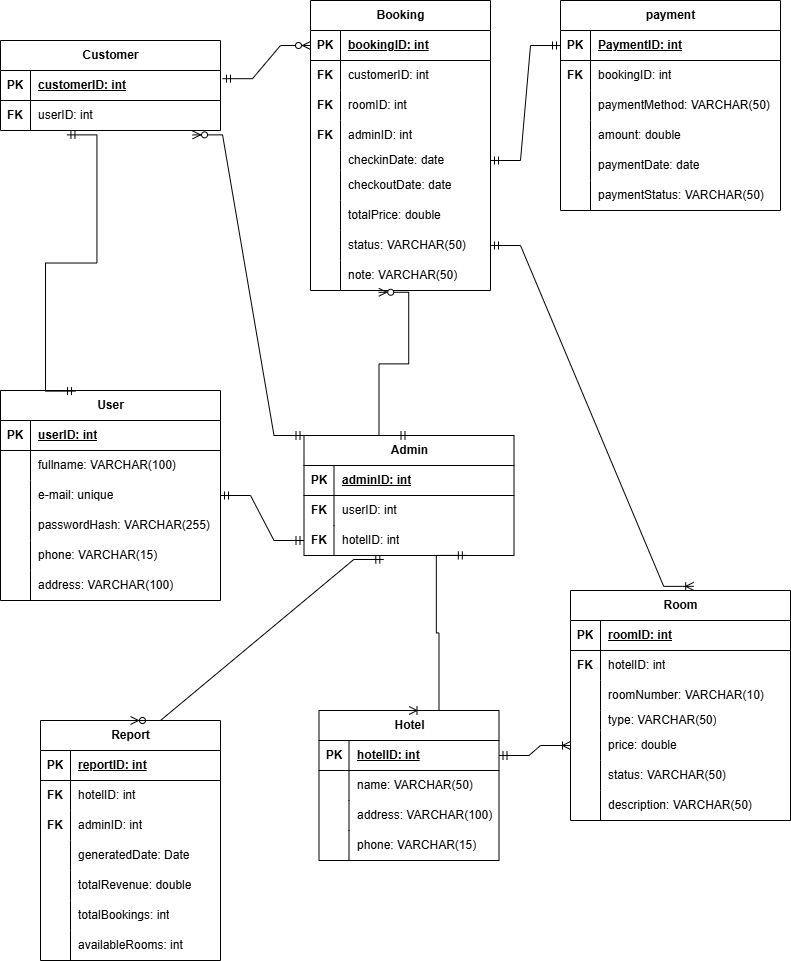
This is Group 11-Data model.drawio.png from hoaipv3120-blip/project-of-group-11, a draw.io export, as it was before one commit. Source tidied: cells renumbered, new cells last; positions are measured from the earlier drawing's top-left corner, leaving out a move shared by most shapes.
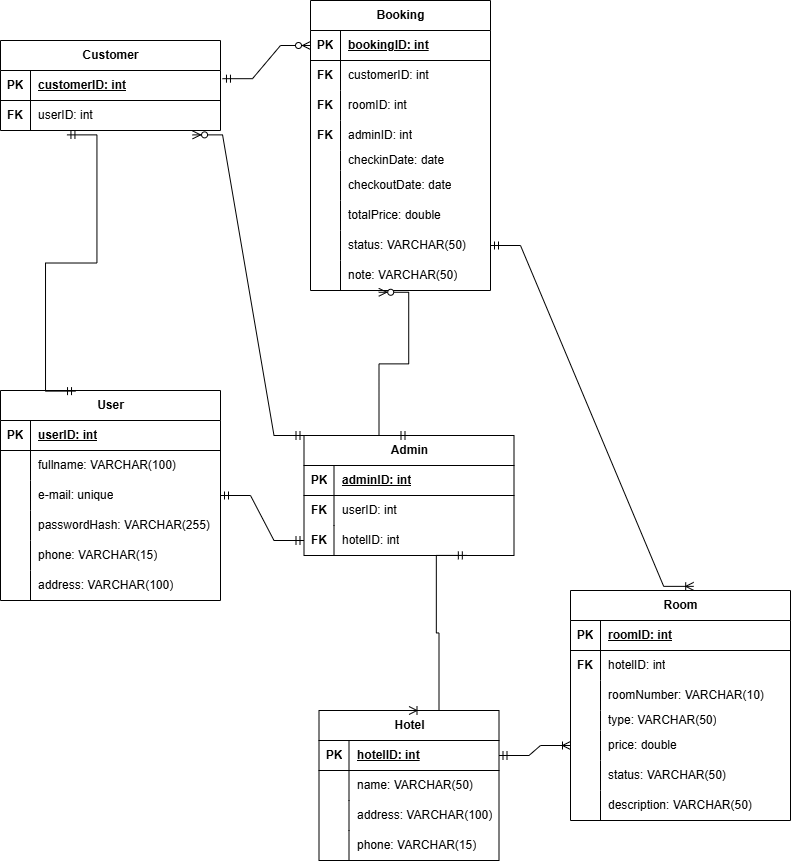
After the change.

What changed in the source:
```diff
@@ -191,129 +191,6 @@
     <mxCell id="64" value="description: VARCHAR(50)" style="shape=partialRectangle;fillColor=none;top=0;left=0;bottom=0;right=0;align=left;spacingLeft=6;overflow=hidden;whiteSpace=wrap;html=1;" parent="62" vertex="1">
       <mxGeometry x="30" width="190" height="30" as="geometry" />
     </mxCell>
-    <mxCell id="65" value="payment" style="shape=table;startSize=30;rowLines=0;fontStyle=1;align=center;html=1;" parent="1" vertex="1">
-      <mxGeometry x="560" width="220" height="210" as="geometry" />
-    </mxCell>
-    <mxCell id="66" style="shape=tableRow;horizontal=0;startSize=0;swimlaneHead=0;swimlaneBody=0;fillColor=none;points=[[0,0.5],[1,0.5]];portConstraint=eastwest;top=0;left=0;right=0;bottom=1;" parent="65" vertex="1">
-      <mxGeometry y="30" width="220" height="30" as="geometry" />
-    </mxCell>
-    <mxCell id="67" value="PK" style="shape=partialRectangle;fillColor=none;top=0;left=0;bottom=0;right=0;fontStyle=1;overflow=hidden;whiteSpace=wrap;html=1;" parent="66" vertex="1">
-      <mxGeometry width="30" height="30" as="geometry" />
-    </mxCell>
-    <mxCell id="68" value="PaymentID: int" style="shape=partialRectangle;fillColor=none;top=0;left=0;bottom=0;right=0;align=left;spacingLeft=6;fontStyle=5;overflow=hidden;whiteSpace=wrap;html=1;" parent="66" vertex="1">
-      <mxGeometry x="30" width="190" height="30" as="geometry" />
-    </mxCell>
-    <mxCell id="69" style="shape=tableRow;horizontal=0;startSize=0;swimlaneHead=0;swimlaneBody=0;fillColor=none;top=0;left=0;right=0;bottom=0;" parent="65" vertex="1">
-      <mxGeometry y="60" width="220" height="30" as="geometry" />
-    </mxCell>
-    <mxCell id="70" value="&lt;b&gt;FK&lt;/b&gt;" style="shape=partialRectangle;fillColor=none;top=0;left=0;bottom=0;right=0;overflow=hidden;whiteSpace=wrap;html=1;" parent="69" vertex="1">
-      <mxGeometry width="30" height="30" as="geometry" />
-    </mxCell>
-    <mxCell id="71" value="bookingID: int" style="shape=partialRectangle;fillColor=none;top=0;left=0;bottom=0;right=0;align=left;spacingLeft=6;overflow=hidden;whiteSpace=wrap;html=1;" parent="69" vertex="1">
-      <mxGeometry x="30" width="190" height="30" as="geometry" />
-    </mxCell>
-    <mxCell id="72" style="shape=tableRow;horizontal=0;startSize=0;swimlaneHead=0;swimlaneBody=0;fillColor=none;top=0;left=0;right=0;bottom=0;" parent="65" vertex="1">
-      <mxGeometry y="90" width="220" height="30" as="geometry" />
-    </mxCell>
-    <mxCell id="73" style="shape=partialRectangle;fillColor=none;top=0;left=0;bottom=0;right=0;overflow=hidden;whiteSpace=wrap;html=1;" parent="72" vertex="1">
-      <mxGeometry width="30" height="30" as="geometry" />
-    </mxCell>
-    <mxCell id="74" value="paymentMethod: VARCHAR(50)" style="shape=partialRectangle;fillColor=none;top=0;left=0;bottom=0;right=0;align=left;spacingLeft=6;overflow=hidden;whiteSpace=wrap;html=1;" parent="72" vertex="1">
-      <mxGeometry x="30" width="190" height="30" as="geometry" />
-    </mxCell>
-    <mxCell id="75" style="shape=tableRow;horizontal=0;startSize=0;swimlaneHead=0;swimlaneBody=0;fillColor=none;top=0;left=0;right=0;bottom=0;" parent="65" vertex="1">
-      <mxGeometry y="120" width="220" height="30" as="geometry" />
-    </mxCell>
-    <mxCell id="76" style="shape=partialRectangle;fillColor=none;top=0;left=0;bottom=0;right=0;overflow=hidden;whiteSpace=wrap;html=1;" parent="75" vertex="1">
-      <mxGeometry width="30" height="30" as="geometry" />
-    </mxCell>
-    <mxCell id="77" value="amount: double" style="shape=partialRectangle;fillColor=none;top=0;left=0;bottom=0;right=0;align=left;spacingLeft=6;overflow=hidden;whiteSpace=wrap;html=1;" parent="75" vertex="1">
-      <mxGeometry x="30" width="190" height="30" as="geometry" />
-    </mxCell>
-    <mxCell id="78" style="shape=tableRow;horizontal=0;startSize=0;swimlaneHead=0;swimlaneBody=0;fillColor=none;top=0;left=0;right=0;bottom=0;" parent="65" vertex="1">
-      <mxGeometry y="150" width="220" height="30" as="geometry" />
-    </mxCell>
-    <mxCell id="79" style="shape=partialRectangle;fillColor=none;top=0;left=0;bottom=0;right=0;overflow=hidden;whiteSpace=wrap;html=1;" parent="78" vertex="1">
-      <mxGeometry width="30" height="30" as="geometry" />
-    </mxCell>
-    <mxCell id="80" value="paymentDate: date" style="shape=partialRectangle;fillColor=none;top=0;left=0;bottom=0;right=0;align=left;spacingLeft=6;overflow=hidden;whiteSpace=wrap;html=1;" parent="78" vertex="1">
-      <mxGeometry x="30" width="190" height="30" as="geometry" />
-    </mxCell>
-    <mxCell id="81" style="shape=tableRow;horizontal=0;startSize=0;swimlaneHead=0;swimlaneBody=0;fillColor=none;top=0;left=0;right=0;bottom=0;" parent="65" vertex="1">
-      <mxGeometry y="180" width="220" height="30" as="geometry" />
-    </mxCell>
-    <mxCell id="82" style="shape=partialRectangle;fillColor=none;top=0;left=0;bottom=0;right=0;overflow=hidden;whiteSpace=wrap;html=1;" parent="81" vertex="1">
-      <mxGeometry width="30" height="30" as="geometry" />
-    </mxCell>
-    <mxCell id="83" value="paymentStatus: VARCHAR(50)" style="shape=partialRectangle;fillColor=none;top=0;left=0;bottom=0;right=0;align=left;spacingLeft=6;overflow=hidden;whiteSpace=wrap;html=1;" parent="81" vertex="1">
-      <mxGeometry x="30" width="190" height="30" as="geometry" />
-    </mxCell>
-    <mxCell id="84" value="Report" style="shape=table;startSize=30;rowLines=0;fontStyle=1;align=center;html=1;" parent="1" vertex="1">
-      <mxGeometry x="40" y="720" width="180" height="240" as="geometry" />
-    </mxCell>
-    <mxCell id="85" style="shape=tableRow;horizontal=0;startSize=0;swimlaneHead=0;swimlaneBody=0;fillColor=none;top=0;left=0;right=0;bottom=1;" parent="84" vertex="1">
-      <mxGeometry y="30" width="180" height="30" as="geometry" />
-    </mxCell>
-    <mxCell id="86" value="PK" style="shape=partialRectangle;fillColor=none;top=0;left=0;bottom=0;right=0;fontStyle=1;overflow=hidden;whiteSpace=wrap;html=1;" parent="85" vertex="1">
-      <mxGeometry width="30" height="30" as="geometry" />
-    </mxCell>
-    <mxCell id="87" value="reportID: int" style="shape=partialRectangle;fillColor=none;top=0;left=0;bottom=0;right=0;align=left;spacingLeft=6;fontStyle=5;overflow=hidden;whiteSpace=wrap;html=1;" parent="85" vertex="1">
-      <mxGeometry x="30" width="150" height="30" as="geometry" />
-    </mxCell>
-    <mxCell id="88" style="shape=tableRow;horizontal=0;startSize=0;swimlaneHead=0;swimlaneBody=0;fillColor=none;top=0;left=0;right=0;bottom=0;" parent="84" vertex="1">
-      <mxGeometry y="60" width="180" height="30" as="geometry" />
-    </mxCell>
-    <mxCell id="89" value="&lt;b&gt;FK&lt;/b&gt;" style="shape=partialRectangle;fillColor=none;top=0;left=0;bottom=0;right=0;overflow=hidden;whiteSpace=wrap;html=1;" parent="88" vertex="1">
-      <mxGeometry width="30" height="30" as="geometry" />
-    </mxCell>
-    <mxCell id="90" value="hotelID: int&amp;nbsp;" style="shape=partialRectangle;fillColor=none;top=0;left=0;bottom=0;right=0;align=left;spacingLeft=6;overflow=hidden;whiteSpace=wrap;html=1;" parent="88" vertex="1">
-      <mxGeometry x="30" width="150" height="30" as="geometry" />
-    </mxCell>
-    <mxCell id="91" style="shape=tableRow;horizontal=0;startSize=0;swimlaneHead=0;swimlaneBody=0;fillColor=none;top=0;left=0;right=0;bottom=0;" parent="84" vertex="1">
-      <mxGeometry y="90" width="180" height="30" as="geometry" />
-    </mxCell>
-    <mxCell id="92" value="&lt;b&gt;FK&lt;/b&gt;" style="shape=partialRectangle;fillColor=none;top=0;left=0;bottom=0;right=0;overflow=hidden;whiteSpace=wrap;html=1;" parent="91" vertex="1">
-      <mxGeometry width="30" height="30" as="geometry" />
-    </mxCell>
-    <mxCell id="93" value="adminID: int" style="shape=partialRectangle;fillColor=none;top=0;left=0;bottom=0;right=0;align=left;spacingLeft=6;overflow=hidden;whiteSpace=wrap;html=1;" parent="91" vertex="1">
-      <mxGeometry x="30" width="150" height="30" as="geometry" />
-    </mxCell>
-    <mxCell id="94" style="shape=tableRow;horizontal=0;startSize=0;swimlaneHead=0;swimlaneBody=0;fillColor=none;top=0;left=0;right=0;bottom=0;" parent="84" vertex="1">
-      <mxGeometry y="120" width="180" height="30" as="geometry" />
-    </mxCell>
-    <mxCell id="95" style="shape=partialRectangle;fillColor=none;top=0;left=0;bottom=0;right=0;overflow=hidden;whiteSpace=wrap;html=1;" parent="94" vertex="1">
-      <mxGeometry width="30" height="30" as="geometry" />
-    </mxCell>
-    <mxCell id="96" value="generatedDate: Date" style="shape=partialRectangle;fillColor=none;top=0;left=0;bottom=0;right=0;align=left;spacingLeft=6;overflow=hidden;whiteSpace=wrap;html=1;" parent="94" vertex="1">
-      <mxGeometry x="30" width="150" height="30" as="geometry" />
-    </mxCell>
-    <mxCell id="97" style="shape=tableRow;horizontal=0;startSize=0;swimlaneHead=0;swimlaneBody=0;fillColor=none;top=0;left=0;right=0;bottom=0;" parent="84" vertex="1">
-      <mxGeometry y="150" width="180" height="30" as="geometry" />
-    </mxCell>
-    <mxCell id="98" style="shape=partialRectangle;fillColor=none;top=0;left=0;bottom=0;right=0;overflow=hidden;whiteSpace=wrap;html=1;" parent="97" vertex="1">
-      <mxGeometry width="30" height="30" as="geometry" />
-    </mxCell>
-    <mxCell id="99" value="totalRevenue: double" style="shape=partialRectangle;fillColor=none;top=0;left=0;bottom=0;right=0;align=left;spacingLeft=6;overflow=hidden;whiteSpace=wrap;html=1;" parent="97" vertex="1">
-      <mxGeometry x="30" width="150" height="30" as="geometry" />
-    </mxCell>
-    <mxCell id="100" style="shape=tableRow;horizontal=0;startSize=0;swimlaneHead=0;swimlaneBody=0;fillColor=none;top=0;left=0;right=0;bottom=0;" parent="84" vertex="1">
-      <mxGeometry y="180" width="180" height="30" as="geometry" />
-    </mxCell>
-    <mxCell id="101" style="shape=partialRectangle;fillColor=none;top=0;left=0;bottom=0;right=0;overflow=hidden;whiteSpace=wrap;html=1;" parent="100" vertex="1">
-      <mxGeometry width="30" height="30" as="geometry" />
-    </mxCell>
-    <mxCell id="102" value="totalBookings: int" style="shape=partialRectangle;fillColor=none;top=0;left=0;bottom=0;right=0;align=left;spacingLeft=6;overflow=hidden;whiteSpace=wrap;html=1;" parent="100" vertex="1">
-      <mxGeometry x="30" width="150" height="30" as="geometry" />
-    </mxCell>
-    <mxCell id="103" style="shape=tableRow;horizontal=0;startSize=0;swimlaneHead=0;swimlaneBody=0;fillColor=none;top=0;left=0;right=0;bottom=0;" parent="84" vertex="1">
-      <mxGeometry y="210" width="180" height="30" as="geometry" />
-    </mxCell>
-    <mxCell id="104" style="shape=partialRectangle;fillColor=none;top=0;left=0;bottom=0;right=0;overflow=hidden;whiteSpace=wrap;html=1;" parent="103" vertex="1">
-      <mxGeometry width="30" height="30" as="geometry" />
-    </mxCell>
-    <mxCell id="105" value="availableRooms: int" style="shape=partialRectangle;fillColor=none;top=0;left=0;bottom=0;right=0;align=left;spacingLeft=6;overflow=hidden;whiteSpace=wrap;html=1;" parent="103" vertex="1">
-      <mxGeometry x="30" width="150" height="30" as="geometry" />
-    </mxCell>
     <mxCell id="106" value="Customer" style="shape=table;startSize=30;rowLines=0;fontStyle=1;align=center;html=1;" parent="1" vertex="1">
       <mxGeometry y="40" width="220" height="90" as="geometry" />
     </mxCell>
@@ -431,12 +308,6 @@
     <mxCell id="144" style="edgeStyle=entityRelationEdgeStyle;fontSize=12;html=1;endArrow=ERoneToMany;startArrow=ERmandOne;rounded=0;startFill=0;entryX=0.5;entryY=0;entryDx=0;entryDy=0;exitX=0.773;exitY=0.997;exitDx=0;exitDy=0;exitPerimeter=0;" parent="1" edge="1" source="139" target="2">
       <mxGeometry relative="1" as="geometry" />
     </mxCell>
-    <mxCell id="145" style="edgeStyle=entityRelationEdgeStyle;fontSize=12;html=1;endArrow=ERzeroToMany;startArrow=ERmandOne;rounded=0;exitX=0.38;exitY=1.133;exitDx=0;exitDy=0;startFill=0;endFill=0;exitPerimeter=0;entryX=0.5;entryY=0;entryDx=0;entryDy=0;" parent="1" edge="1" source="139" target="84">
-      <mxGeometry relative="1" as="geometry" />
-    </mxCell>
-    <mxCell id="146" style="edgeStyle=entityRelationEdgeStyle;fontSize=12;html=1;endArrow=ERmandOne;startArrow=ERmandOne;rounded=0;entryX=0;entryY=0.5;entryDx=0;entryDy=0;exitX=1;exitY=0.5;exitDx=0;exitDy=0;" parent="1" edge="1" source="28" target="66">
-      <mxGeometry relative="1" as="geometry" />
-    </mxCell>
     <mxCell id="147" style="edgeStyle=entityRelationEdgeStyle;fontSize=12;html=1;endArrow=ERmandOne;startArrow=ERmandOne;rounded=0;entryX=0.302;entryY=1.146;entryDx=0;entryDy=0;entryPerimeter=0;exitX=0.341;exitY=0.003;exitDx=0;exitDy=0;exitPerimeter=0;" parent="1" edge="1" source="113" target="110">
       <mxGeometry relative="1" as="geometry" />
     </mxCell>
```
